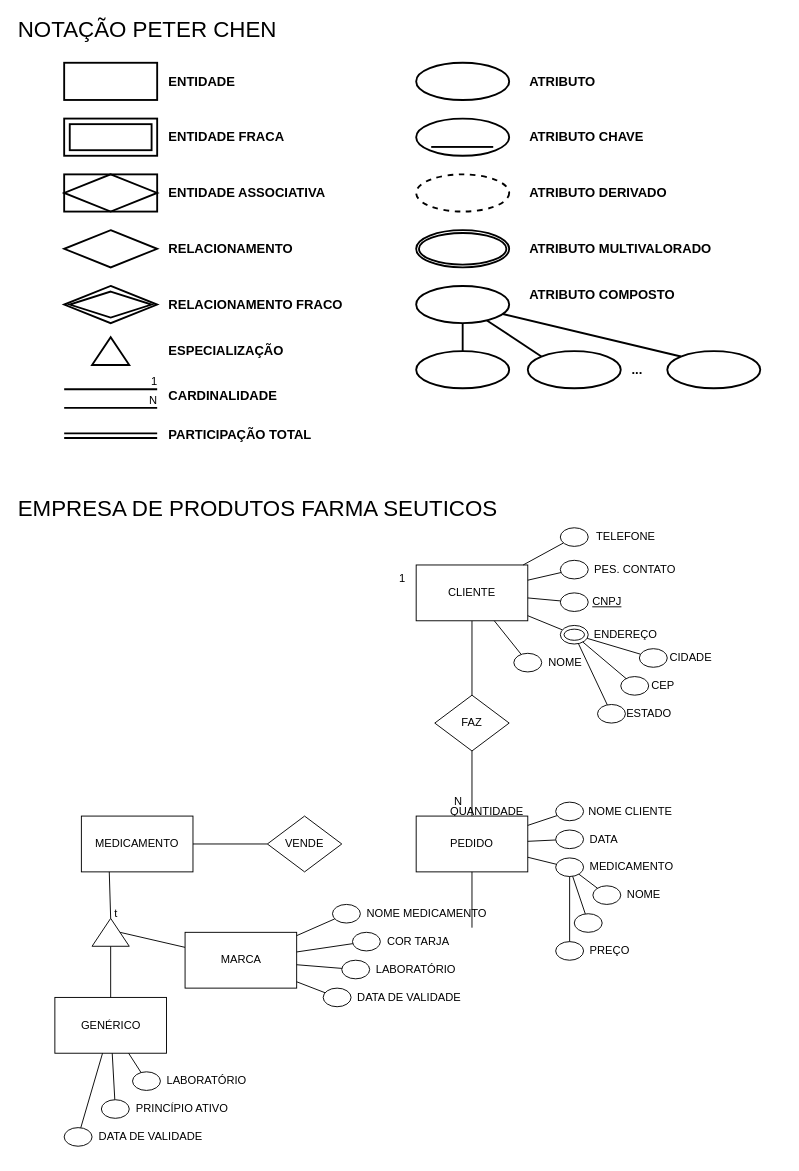
AxlNuke/mdc053 keeps this draw.io diagram as Cópia do peter_chen.drawio. Above is the earlier version. Source tidied: cells renumbered, new cells numbered last; positions are measured from the earlier drawing's top-left corner, leaving out a move shared by most shapes. Both pictures are drawn from the tidied source at 93%, with x=0, y=0 at pixel (16, 16).
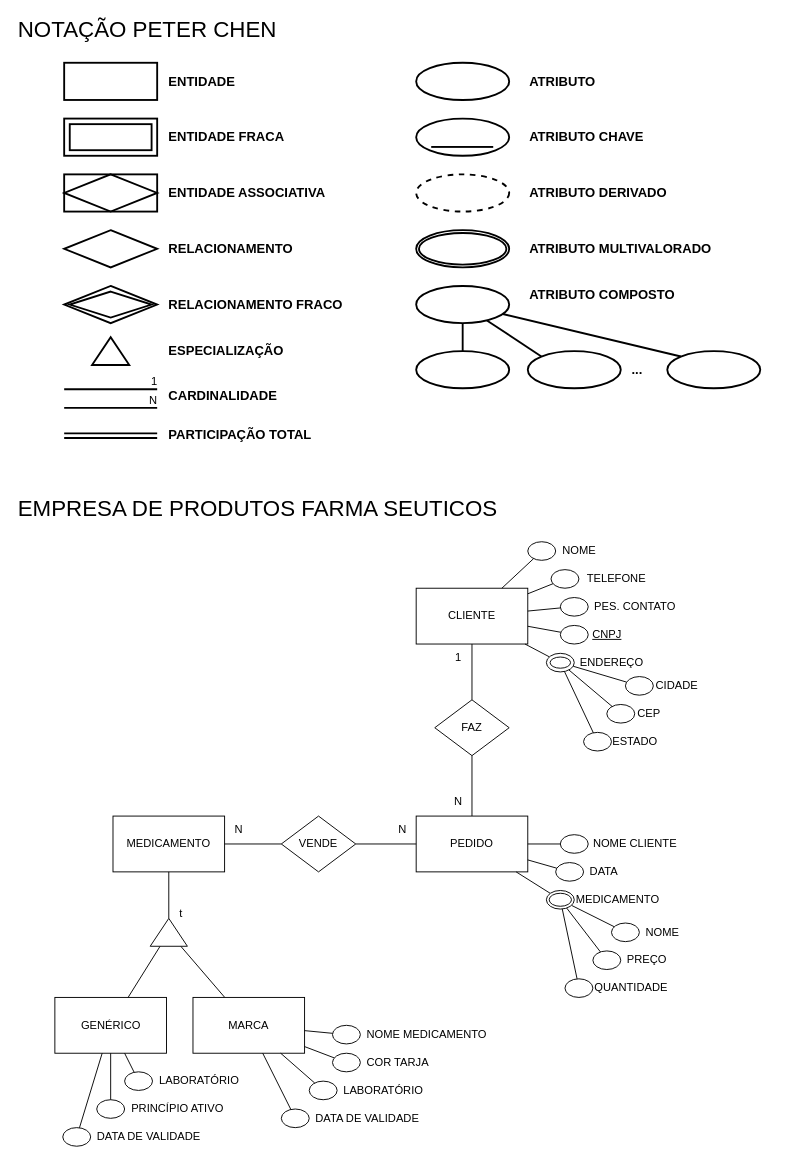
The same page after the edit.

The change refers to these unchanged cells:
```xml
<mxCell id="109" value="GENÉRICO" style="whiteSpace=wrap;html=1;align=center;" parent="1" vertex="1">
  <mxGeometry x="41.5" y="1055" width="120" height="60" as="geometry" />
</mxCell>
```

The edit, as a diff of the source:
```diff
@@
     <mxCell id="40" value="FAZ" style="rhombus;whiteSpace=wrap;html=1;" parent="1" vertex="1">
-      <mxGeometry x="450" y="730" width="80" height="60" as="geometry" />
+      <mxGeometry x="450" y="735" width="80" height="60" as="geometry" />
     </mxCell>
@@
     <mxCell id="43" value="CLIENTE" style="whiteSpace=wrap;html=1;" parent="1" vertex="1">
-      <mxGeometry x="430" y="590" width="120" height="60" as="geometry" />
+      <mxGeometry x="430" y="615" width="120" height="60" as="geometry" />
     </mxCell>
@@
     <mxCell id="47" style="group;" parent="1" vertex="1">
-      <mxGeometry x="535" y="680" width="85" height="30" as="geometry" />
+      <mxGeometry x="550" y="560" width="85" height="30" as="geometry" />
     </mxCell>
@@
     <mxCell id="50" style="group;" parent="1" vertex="1">
-      <mxGeometry x="585" y="615" width="75" height="30" as="geometry" />
+      <mxGeometry x="585" y="650" width="75" height="30" as="geometry" />
     </mxCell>
@@
     <mxCell id="53" style="group;" parent="1" vertex="1">
-      <mxGeometry x="585" y="650" width="115" height="30" as="geometry" />
+      <mxGeometry x="570" y="680" width="115" height="30" as="geometry" />
     </mxCell>
@@
     <mxCell id="56" style="group;" parent="1" vertex="1">
-      <mxGeometry x="670" y="675" width="90" height="30" as="geometry" />
+      <mxGeometry x="655" y="705" width="90" height="30" as="geometry" />
     </mxCell>
@@
     <mxCell id="60" style="group;" parent="1" vertex="1">
-      <mxGeometry x="650" y="705" width="70" height="30" as="geometry" />
+      <mxGeometry x="635" y="735" width="70" height="30" as="geometry" />
     </mxCell>
@@
     <mxCell id="64" style="group;" parent="1" vertex="1">
-      <mxGeometry x="625" y="735" width="90" height="30" as="geometry" />
+      <mxGeometry x="610" y="765" width="90" height="30" as="geometry" />
     </mxCell>
@@
     <mxCell id="68" style="group;" parent="1" vertex="1">
-      <mxGeometry x="585" y="545" width="115" height="30" as="geometry" />
+      <mxGeometry x="575" y="590" width="115" height="30" as="geometry" />
     </mxCell>
@@
     <mxCell id="71" style="group;" parent="1" vertex="1">
-      <mxGeometry x="585" y="580" width="135" height="30" as="geometry" />
+      <mxGeometry x="585" y="620" width="135" height="30" as="geometry" />
     </mxCell>
@@
     <mxCell id="76" value="1" style="text;html=1;align=center;verticalAlign=middle;strokeColor=none;fillColor=none;" parent="1" vertex="1">
-      <mxGeometry x="400" y="590" width="30" height="30" as="geometry" />
+      <mxGeometry x="460" y="675" width="30" height="30" as="geometry" />
     </mxCell>
-    <mxCell id="77" style="group;" parent="1" vertex="1">
-      <mxGeometry x="430" y="840" width="265" height="130" as="geometry" />
-    </mxCell>
-    <mxCell id="78" value="QUANTIDADE" style="text;html=1;align=left;verticalAlign=middle;strokeColor=none;fillColor=none;" parent="77" vertex="1">
-      <mxGeometry x="35" width="100" height="30" as="geometry" />
-    </mxCell>
-    <mxCell id="79" value="PEDIDO" style="whiteSpace=wrap;html=1;" parent="77" vertex="1">
-      <mxGeometry y="20" width="120" height="60" as="geometry" />
-    </mxCell>
-    <mxCell id="80" value="N" style="text;html=1;align=center;verticalAlign=middle;strokeColor=none;fillColor=none;" parent="77" vertex="1">
-      <mxGeometry x="30" y="-10" width="30" height="30" as="geometry" />
-    </mxCell>
-    <mxCell id="81" style="group;" parent="77" vertex="1">
-      <mxGeometry x="150" width="135" height="30" as="geometry" />
-    </mxCell>
-    <mxCell id="82" style="ellipse;whiteSpace=wrap;html=1;" parent="81" vertex="1">
-      <mxGeometry y="5" width="30" height="20" as="geometry" />
-    </mxCell>
-    <mxCell id="83" value="NOME CLIENTE" style="text;html=1;align=center;verticalAlign=middle;strokeColor=none;fillColor=none;" parent="81" vertex="1">
-      <mxGeometry x="25" width="110" height="30" as="geometry" />
-    </mxCell>
-    <mxCell id="84" style="endArrow=none;html=1;rounded=0;" parent="77" edge="1" source="79" target="82">
-      <mxGeometry relative="1" as="geometry" />
-    </mxCell>
-    <mxCell id="85" style="group;" parent="77" vertex="1">
-      <mxGeometry x="150" y="30" width="85" height="30" as="geometry" />
-    </mxCell>
-    <mxCell id="86" style="ellipse;whiteSpace=wrap;html=1;" parent="85" vertex="1">
-      <mxGeometry y="5" width="30" height="20" as="geometry" />
-    </mxCell>
-    <mxCell id="87" value="DATA" style="text;html=1;align=left;verticalAlign=middle;strokeColor=none;fillColor=none;" parent="85" vertex="1">
-      <mxGeometry x="35" width="50" height="30" as="geometry" />
-    </mxCell>
-    <mxCell id="88" style="group;" parent="77" vertex="1">
-      <mxGeometry x="150" y="60" width="145" height="30" as="geometry" />
-    </mxCell>
-    <mxCell id="89" style="ellipse;whiteSpace=wrap;html=1;" parent="88" vertex="1">
-      <mxGeometry y="5" width="30" height="20" as="geometry" />
-    </mxCell>
-    <mxCell id="90" value="MEDICAMENTO" style="text;html=1;align=left;verticalAlign=middle;strokeColor=none;fillColor=none;" parent="88" vertex="1">
-      <mxGeometry x="35" width="110" height="30" as="geometry" />
-    </mxCell>
-    <mxCell id="91" style="group;" parent="77" vertex="1">
-      <mxGeometry x="190" y="90" width="95" height="30" as="geometry" />
-    </mxCell>
-    <mxCell id="92" style="ellipse;whiteSpace=wrap;html=1;" parent="91" vertex="1">
-      <mxGeometry y="5" width="30" height="20" as="geometry" />
-    </mxCell>
-    <mxCell id="93" value="NOME" style="text;html=1;align=left;verticalAlign=middle;strokeColor=none;fillColor=none;" parent="91" vertex="1">
-      <mxGeometry x="35" width="60" height="30" as="geometry" />
-    </mxCell>
-    <mxCell id="94" style="ellipse;whiteSpace=wrap;html=1;" parent="77" vertex="1">
-      <mxGeometry x="170" y="125" width="30" height="20" as="geometry" />
-    </mxCell>
-    <mxCell id="95" style="group;" parent="77" vertex="1">
-      <mxGeometry x="150" y="150" width="105" height="30" as="geometry" />
-    </mxCell>
-    <mxCell id="96" style="ellipse;whiteSpace=wrap;html=1;" parent="95" vertex="1">
-      <mxGeometry y="5" width="30" height="20" as="geometry" />
-    </mxCell>
-    <mxCell id="97" value="PREÇO" style="text;html=1;align=left;verticalAlign=middle;strokeColor=none;fillColor=none;" parent="95" vertex="1">
-      <mxGeometry x="35" width="70" height="30" as="geometry" />
-    </mxCell>
-    <mxCell id="98" style="endArrow=none;html=1;rounded=0;" parent="77" edge="1" source="89" target="79">
-      <mxGeometry relative="1" as="geometry" />
-    </mxCell>
-    <mxCell id="99" style="endArrow=none;html=1;rounded=0;" parent="77" edge="1" source="79" target="86">
-      <mxGeometry relative="1" as="geometry" />
-    </mxCell>
-    <mxCell id="100" style="endArrow=none;html=1;rounded=0;" parent="77" edge="1" source="92" target="89">
-      <mxGeometry relative="1" as="geometry" />
-    </mxCell>
-    <mxCell id="101" style="endArrow=none;html=1;rounded=0;" parent="77" edge="1" source="94" target="89">
-      <mxGeometry relative="1" as="geometry" />
-    </mxCell>
-    <mxCell id="102" style="endArrow=none;html=1;rounded=0;" parent="77" edge="1" source="89" target="96">
-      <mxGeometry relative="1" as="geometry" />
-    </mxCell>
-    <mxCell id="103" style="endArrow=none;html=1;rounded=0;" parent="77" edge="1" target="79">
-      <mxGeometry relative="1" as="geometry">
-        <mxPoint x="60" y="140" as="sourcePoint" />
-      </mxGeometry>
-    </mxCell>
     <mxCell id="104" value="VENDE" style="shape=rhombus;perimeter=rhombusPerimeter;whiteSpace=wrap;html=1;align=center;" parent="1" vertex="1">
-      <mxGeometry x="270" y="860" width="80" height="60" as="geometry" />
+      <mxGeometry x="285" y="860" width="80" height="60" as="geometry" />
     </mxCell>
     <mxCell id="105" value="MEDICAMENTO" style="whiteSpace=wrap;html=1;align=center;" parent="1" vertex="1">
-      <mxGeometry x="70" y="860" width="120" height="60" as="geometry" />
+      <mxGeometry x="104" y="860" width="120" height="60" as="geometry" />
     </mxCell>
@@
-    <mxCell id="107" style="endArrow=none;html=1;rounded=0;exitX=0;exitY=0;exitDx=20;exitDy=0;exitPerimeter=0;entryX=0.25;entryY=1;entryDx=0;entryDy=0;" parent="1" edge="1" source="112" target="105">
+    <mxCell id="107" style="endArrow=none;html=1;rounded=0;exitX=0;exitY=0;exitDx=20;exitDy=0;exitPerimeter=0;" parent="1" edge="1" source="112" target="105">
       <mxGeometry relative="1" as="geometry" />
     </mxCell>
-    <mxCell id="108" style="endArrow=none;html=1;rounded=0;exitX=0;exitY=0;exitDx=30;exitDy=15;exitPerimeter=0;" parent="1" edge="1" source="112" target="110">
+    <mxCell id="108" style="endArrow=none;html=1;rounded=0;" parent="1" edge="1" source="112" target="110">
       <mxGeometry relative="1" as="geometry" />
     </mxCell>
@@
     <mxCell id="110" value="MARCA" style="whiteSpace=wrap;html=1;align=center;" parent="1" vertex="1">
-      <mxGeometry x="181.5" y="985" width="120" height="60" as="geometry" />
+      <mxGeometry x="190" y="1055" width="120" height="60" as="geometry" />
     </mxCell>
-    <mxCell id="111" style="endArrow=none;html=1;rounded=0;entryX=0.5;entryY=1;entryDx=0;entryDy=0;entryPerimeter=0;" parent="1" edge="1" source="109" target="112">
+    <mxCell id="111" style="endArrow=none;html=1;rounded=0;" parent="1" edge="1" source="109" target="112">
       <mxGeometry relative="1" as="geometry" />
     </mxCell>
     <mxCell id="112" style="verticalLabelPosition=bottom;verticalAlign=top;html=1;shape=mxgraph.basic.acute_triangle;dx=0.5;" parent="1" vertex="1">
-      <mxGeometry x="81.5" y="970" width="40" height="30" as="geometry" />
+      <mxGeometry x="144" y="970" width="40" height="30" as="geometry" />
     </mxCell>
     <mxCell id="113" value="t" style="text;html=1;align=center;verticalAlign=middle;strokeColor=none;fillColor=none;" parent="1" vertex="1">
-      <mxGeometry x="91.5" y="950" width="30" height="30" as="geometry" />
+      <mxGeometry x="161.5" y="950" width="30" height="30" as="geometry" />
     </mxCell>
     <mxCell id="114" style="group;" parent="1" vertex="1">
-      <mxGeometry x="340" y="950" width="185" height="30" as="geometry" />
+      <mxGeometry x="340" y="1080" width="185" height="30" as="geometry" />
     </mxCell>
@@
     <mxCell id="117" style="group;" parent="1" vertex="1">
-      <mxGeometry x="330" y="1040" width="165" height="30" as="geometry" />
+      <mxGeometry x="285" y="1170" width="165" height="30" as="geometry" />
     </mxCell>
@@
     <mxCell id="120" style="group;" parent="1" vertex="1">
-      <mxGeometry x="350" y="1010" width="145" height="30" as="geometry" />
+      <mxGeometry x="315" y="1140" width="145" height="30" as="geometry" />
     </mxCell>
@@
     <mxCell id="123" style="group;" parent="1" vertex="1">
-      <mxGeometry x="361.5" y="980" width="125" height="30" as="geometry" />
+      <mxGeometry x="340" y="1110" width="125" height="30" as="geometry" />
     </mxCell>
@@
     <mxCell id="130" style="group;" parent="1" vertex="1">
-      <mxGeometry x="91.5" y="1160" width="155" height="30" as="geometry" />
+      <mxGeometry x="86.5" y="1160" width="155" height="30" as="geometry" />
     </mxCell>
@@
     <mxCell id="133" style="group;" parent="1" vertex="1">
-      <mxGeometry x="51.5" y="1190" width="165" height="35" as="geometry" />
+      <mxGeometry x="50" y="1190" width="165" height="35" as="geometry" />
     </mxCell>
@@
     <mxCell id="136" style="group;" parent="1" vertex="1">
-      <mxGeometry x="125" y="1130" width="145" height="30" as="geometry" />
+      <mxGeometry x="116.5" y="1130" width="145" height="30" as="geometry" />
     </mxCell>
@@
+    <mxCell id="79" value="PEDIDO" style="whiteSpace=wrap;html=1;" parent="1" vertex="1">
+      <mxGeometry x="430" y="860" width="120" height="60" as="geometry" />
+    </mxCell>
+    <mxCell id="80" value="N" style="text;html=1;align=center;verticalAlign=middle;strokeColor=none;fillColor=none;" parent="1" vertex="1">
+      <mxGeometry x="460" y="830" width="30" height="30" as="geometry" />
+    </mxCell>
+    <mxCell id="81" style="group;" parent="1" vertex="1">
+      <mxGeometry x="585" y="875" width="135" height="30" as="geometry" />
+    </mxCell>
+    <mxCell id="82" style="ellipse;whiteSpace=wrap;html=1;" parent="81" vertex="1">
+      <mxGeometry y="5" width="30" height="20" as="geometry" />
+    </mxCell>
+    <mxCell id="83" value="NOME CLIENTE" style="text;html=1;align=center;verticalAlign=middle;strokeColor=none;fillColor=none;" parent="81" vertex="1">
+      <mxGeometry x="25" width="110" height="30" as="geometry" />
+    </mxCell>
+    <mxCell id="84" style="endArrow=none;html=1;rounded=0;" parent="1" edge="1" source="79" target="82">
+      <mxGeometry relative="1" as="geometry" />
+    </mxCell>
+    <mxCell id="85" style="group;" parent="1" vertex="1">
+      <mxGeometry x="580" y="905" width="85" height="30" as="geometry" />
+    </mxCell>
+    <mxCell id="86" style="ellipse;whiteSpace=wrap;html=1;" parent="85" vertex="1">
+      <mxGeometry y="5" width="30" height="20" as="geometry" />
+    </mxCell>
+    <mxCell id="87" value="DATA" style="text;html=1;align=left;verticalAlign=middle;strokeColor=none;fillColor=none;" parent="85" vertex="1">
+      <mxGeometry x="35" width="50" height="30" as="geometry" />
+    </mxCell>
+    <mxCell id="91" style="group;" parent="1" vertex="1">
+      <mxGeometry x="610" y="960" width="95" height="30" as="geometry" />
+    </mxCell>
+    <mxCell id="142" style="group;" parent="91" vertex="1">
+      <mxGeometry x="30" y="10" width="95" height="30" as="geometry" />
+    </mxCell>
+    <mxCell id="92" style="ellipse;whiteSpace=wrap;html=1;" parent="142" vertex="1">
+      <mxGeometry y="5" width="30" height="20" as="geometry" />
+    </mxCell>
+    <mxCell id="93" value="NOME" style="text;html=1;align=left;verticalAlign=middle;strokeColor=none;fillColor=none;" parent="142" vertex="1">
+      <mxGeometry x="35" width="60" height="30" as="geometry" />
+    </mxCell>
+    <mxCell id="95" style="group;" parent="1" vertex="1">
+      <mxGeometry x="660" y="1010" width="165" height="30" as="geometry" />
+    </mxCell>
+    <mxCell id="143" style="group;" parent="95" vertex="1">
+      <mxGeometry x="-70" y="20" width="130" height="30" as="geometry" />
+    </mxCell>
+    <mxCell id="78" value="QUANTIDADE" style="text;html=1;align=left;verticalAlign=middle;strokeColor=none;fillColor=none;" parent="143" vertex="1">
+      <mxGeometry x="30" width="100" height="30" as="geometry" />
+    </mxCell>
+    <mxCell id="94" style="ellipse;whiteSpace=wrap;html=1;" parent="143" vertex="1">
+      <mxGeometry y="5" width="30" height="20" as="geometry" />
+    </mxCell>
+    <mxCell id="144" style="group;" parent="95" vertex="1">
+      <mxGeometry x="-40" y="-10" width="105" height="30" as="geometry" />
+    </mxCell>
+    <mxCell id="96" style="ellipse;whiteSpace=wrap;html=1;" parent="144" vertex="1">
+      <mxGeometry y="5" width="30" height="20" as="geometry" />
+    </mxCell>
+    <mxCell id="97" value="PREÇO" style="text;html=1;align=left;verticalAlign=middle;strokeColor=none;fillColor=none;" parent="144" vertex="1">
+      <mxGeometry x="35" width="70" height="30" as="geometry" />
+    </mxCell>
+    <mxCell id="98" style="endArrow=none;html=1;rounded=0;" parent="1" edge="1" source="146" target="79">
+      <mxGeometry relative="1" as="geometry" />
+    </mxCell>
+    <mxCell id="99" style="endArrow=none;html=1;rounded=0;" parent="1" edge="1" source="79" target="86">
+      <mxGeometry relative="1" as="geometry" />
+    </mxCell>
+    <mxCell id="100" style="endArrow=none;html=1;rounded=0;" parent="1" edge="1" source="92" target="146">
+      <mxGeometry relative="1" as="geometry" />
+    </mxCell>
+    <mxCell id="101" style="endArrow=none;html=1;rounded=0;" parent="1" edge="1" source="94" target="146">
+      <mxGeometry relative="1" as="geometry" />
+    </mxCell>
+    <mxCell id="102" style="endArrow=none;html=1;rounded=0;" parent="1" edge="1" source="146" target="96">
+      <mxGeometry relative="1" as="geometry" />
+    </mxCell>
+    <mxCell id="103" style="endArrow=none;html=1;rounded=0;" parent="1" edge="1" source="104" target="79">
+      <mxGeometry relative="1" as="geometry" />
+    </mxCell>
+    <mxCell id="145" style="group;" parent="1" vertex="1">
+      <mxGeometry x="570" y="935" width="140" height="30" as="geometry" />
+    </mxCell>
+    <mxCell id="90" value="MEDICAMENTO" style="text;html=1;align=left;verticalAlign=middle;strokeColor=none;fillColor=none;" parent="145" vertex="1">
+      <mxGeometry x="30" width="110" height="30" as="geometry" />
+    </mxCell>
+    <mxCell id="146" style="ellipse;shape=doubleEllipse;margin=3;whiteSpace=wrap;html=1;align=center;" parent="145" vertex="1">
+      <mxGeometry y="5" width="30" height="20" as="geometry" />
+    </mxCell>
+    <mxCell id="147" value="N" style="text;html=1;align=center;verticalAlign=middle;strokeColor=none;fillColor=none;" parent="1" vertex="1">
+      <mxGeometry x="400" y="860" width="30" height="30" as="geometry" />
+    </mxCell>
+    <mxCell id="148" value="N" style="text;html=1;align=center;verticalAlign=middle;strokeColor=none;fillColor=none;" parent="1" vertex="1">
+      <mxGeometry x="224" y="860" width="30" height="30" as="geometry" />
+    </mxCell>
```
